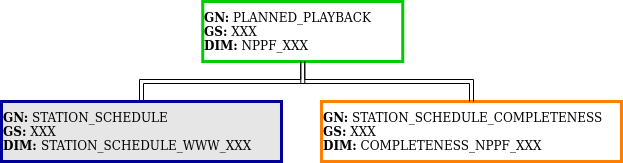
Daniel-Brosnan-Blazquez/s2boa keeps this draw.io diagram as doc/fig/structure_ingestion_station_schedule.png. Above is the earlier version. Source tidied: cells renumbered, new cells last; positions are measured from the earlier drawing's top-left corner, leaving out a move shared by most shapes. The source it was exported from:
```xml
<mxGraphModel>
  <root>
    <mxCell id="0" />
    <mxCell id="1" parent="0" />
    <mxCell id="2" value="&lt;div&gt;&lt;b&gt;GN:&lt;/b&gt; PLANNED_PLAYBACK&lt;/div&gt;&lt;div&gt;&lt;b&gt;GS:&lt;/b&gt; XXX&lt;/div&gt;&lt;div&gt;&lt;b&gt;DIM:&lt;/b&gt; NPPF_XXX&lt;br&gt;&lt;/div&gt;" style="rounded=0;whiteSpace=wrap;html=1;align=left;strokeWidth=3;strokeColor=#00CC00;fillColor=#FFFFFF;" parent="1" vertex="1">
      <mxGeometry x="201.2" width="200" height="60" as="geometry" />
    </mxCell>
    <mxCell id="3" style="edgeStyle=orthogonalEdgeStyle;shape=link;rounded=0;jettySize=auto;html=1;exitX=0.5;exitY=0;exitDx=0;exitDy=0;entryX=0.5;entryY=1;entryDx=0;entryDy=0;" parent="1" edge="1" source="4" target="2">
      <mxGeometry relative="1" as="geometry" />
    </mxCell>
    <mxCell id="4" value="&lt;div&gt;&lt;b&gt;GN:&lt;/b&gt; STATION_SCHEDULE&lt;/div&gt;&lt;div&gt;&lt;b&gt;GS:&lt;/b&gt; XXX&lt;/div&gt;&lt;div&gt;&lt;b&gt;DIM: &lt;/b&gt;STATION_SCHEDULE_WWW_XXX&lt;br&gt;&lt;/div&gt;" style="rounded=0;whiteSpace=wrap;html=1;align=left;strokeColor=#000099;strokeWidth=3;fillColor=#E6E6E6;" parent="1" vertex="1">
      <mxGeometry y="100" width="280" height="60" as="geometry" />
    </mxCell>
    <mxCell id="5" value="&lt;div&gt;&lt;b&gt;GN:&lt;/b&gt; STATION_SCHEDULE_COMPLETENESS&lt;/div&gt;&lt;div&gt;&lt;b&gt;GS:&lt;/b&gt; XXX&lt;/div&gt;&lt;div&gt;&lt;b&gt;DIM:&lt;/b&gt; COMPLETENESS_NPPF_XXX&lt;br&gt;&lt;/div&gt;" style="rounded=0;whiteSpace=wrap;html=1;align=left;strokeWidth=3;fillColor=#FFFFFF;strokeColor=#FF8000;" parent="1" vertex="1">
      <mxGeometry x="320" y="100" width="300" height="60" as="geometry" />
    </mxCell>
    <mxCell id="6" style="edgeStyle=orthogonalEdgeStyle;shape=link;rounded=0;jettySize=auto;html=1;exitX=0.5;exitY=0;exitDx=0;exitDy=0;entryX=0.5;entryY=1;entryDx=0;entryDy=0;" parent="1" edge="1" source="5" target="2">
      <mxGeometry relative="1" as="geometry" />
    </mxCell>
  </root>
</mxGraphModel>
```
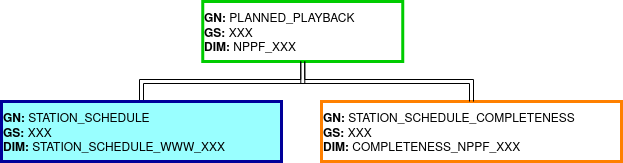
Above is the later version.

Commit message:
Update insertion mode at DIM level for the ingestion of the NPPF and ORBPRE files

Diff of the diagram source:
```diff
@@ -8,7 +8,7 @@
     <mxCell id="3" style="edgeStyle=orthogonalEdgeStyle;shape=link;rounded=0;jettySize=auto;html=1;exitX=0.5;exitY=0;exitDx=0;exitDy=0;entryX=0.5;entryY=1;entryDx=0;entryDy=0;" parent="1" edge="1" source="4" target="2">
       <mxGeometry relative="1" as="geometry" />
     </mxCell>
-    <mxCell id="4" value="&lt;div&gt;&lt;b&gt;GN:&lt;/b&gt; STATION_SCHEDULE&lt;/div&gt;&lt;div&gt;&lt;b&gt;GS:&lt;/b&gt; XXX&lt;/div&gt;&lt;div&gt;&lt;b&gt;DIM: &lt;/b&gt;STATION_SCHEDULE_WWW_XXX&lt;br&gt;&lt;/div&gt;" style="rounded=0;whiteSpace=wrap;html=1;align=left;strokeColor=#000099;strokeWidth=3;fillColor=#E6E6E6;" parent="1" vertex="1">
+    <mxCell id="4" value="&lt;div&gt;&lt;b&gt;GN:&lt;/b&gt; STATION_SCHEDULE&lt;/div&gt;&lt;div&gt;&lt;b&gt;GS:&lt;/b&gt; XXX&lt;/div&gt;&lt;div&gt;&lt;b&gt;DIM: &lt;/b&gt;STATION_SCHEDULE_WWW_XXX&lt;br&gt;&lt;/div&gt;" style="rounded=0;whiteSpace=wrap;html=1;align=left;strokeColor=#000099;strokeWidth=3;fillColor=#99FFFF;" parent="1" vertex="1">
       <mxGeometry y="100" width="280" height="60" as="geometry" />
     </mxCell>
     <mxCell id="5" value="&lt;div&gt;&lt;b&gt;GN:&lt;/b&gt; STATION_SCHEDULE_COMPLETENESS&lt;/div&gt;&lt;div&gt;&lt;b&gt;GS:&lt;/b&gt; XXX&lt;/div&gt;&lt;div&gt;&lt;b&gt;DIM:&lt;/b&gt; COMPLETENESS_NPPF_XXX&lt;br&gt;&lt;/div&gt;" style="rounded=0;whiteSpace=wrap;html=1;align=left;strokeWidth=3;fillColor=#FFFFFF;strokeColor=#FF8000;" parent="1" vertex="1">
```
